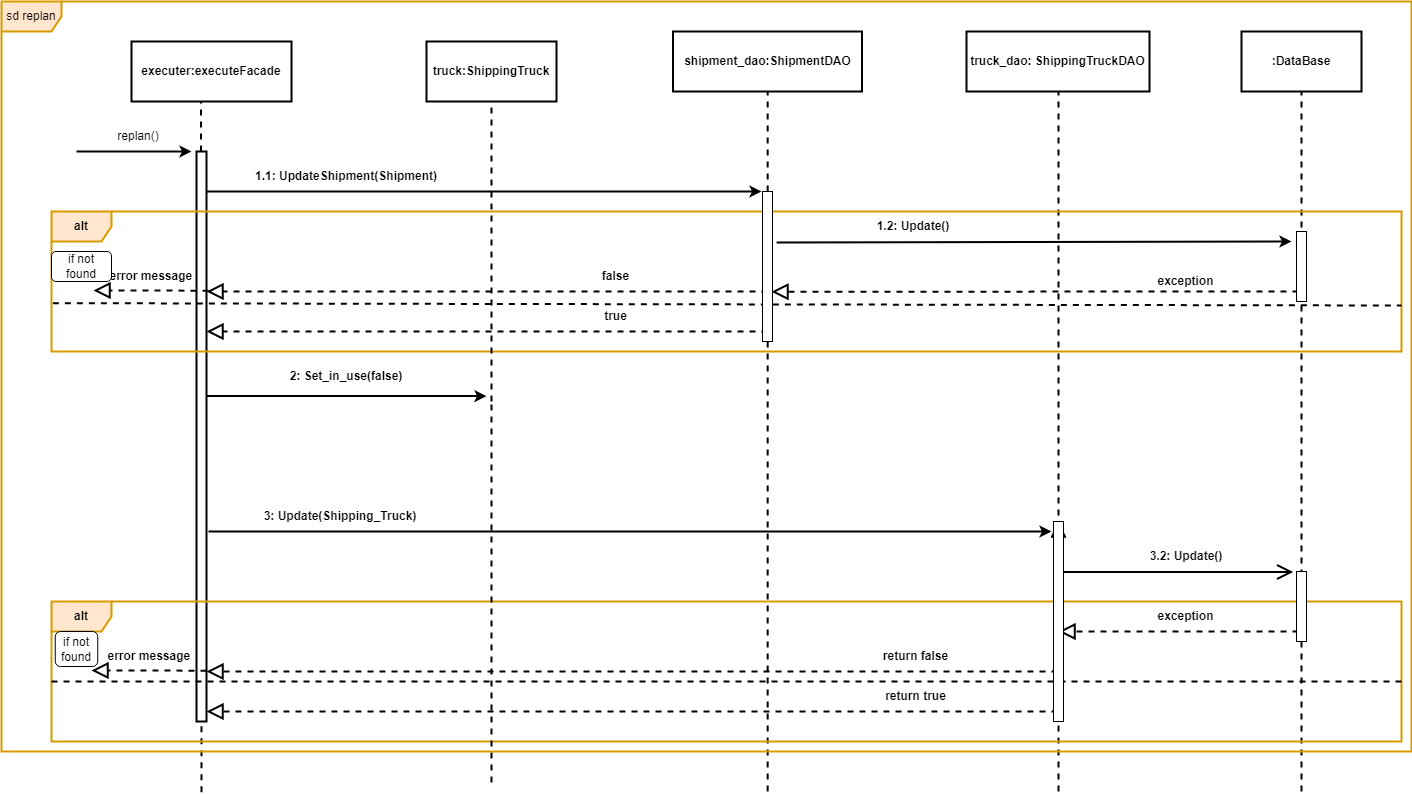
omerad1/drw keeps this draw.io diagram as C4 - replan.drawio.png. Above is the earlier version. Source tidied: cells renumbered, new cells last; positions are measured from the earlier drawing's top-left corner, leaving out a move shared by most shapes.
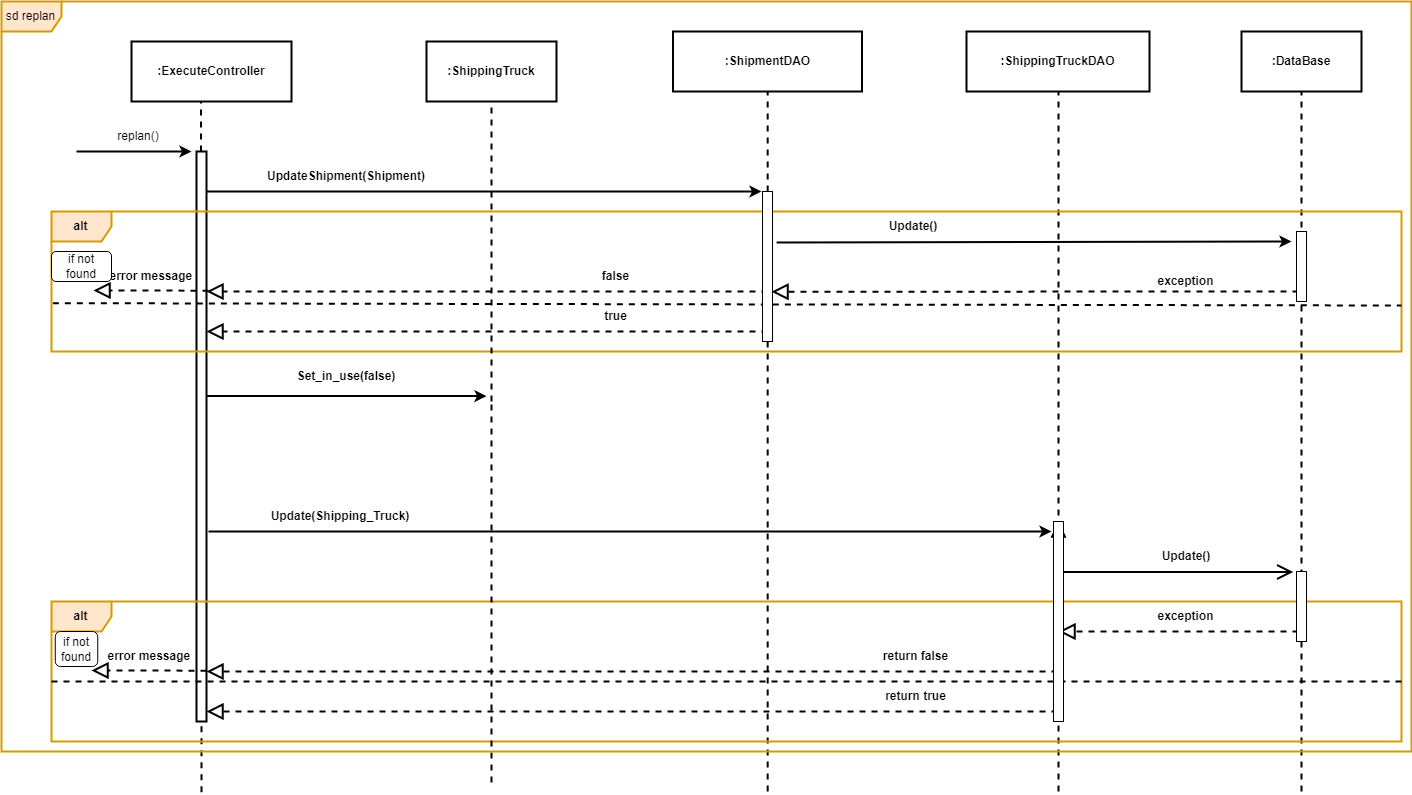
After the commit.

Diff of the diagram source:
```diff
@@ -2,10 +2,10 @@
   <root>
     <mxCell id="0" />
     <mxCell id="1" parent="0" />
-    <mxCell id="2" value="truck:ShippingTruck" style="rounded=0;whiteSpace=wrap;html=1;fontStyle=1;strokeWidth=2;" parent="1" vertex="1">
+    <mxCell id="2" value=":ShippingTruck" style="rounded=0;whiteSpace=wrap;html=1;fontStyle=1;strokeWidth=2;" parent="1" vertex="1">
       <mxGeometry x="425" y="40" width="130" height="60" as="geometry" />
     </mxCell>
-    <mxCell id="3" value="executer:executeFacade" style="rounded=0;whiteSpace=wrap;html=1;fontStyle=1;strokeWidth=2;" parent="1" vertex="1">
+    <mxCell id="3" value=":ExecuteController" style="rounded=0;whiteSpace=wrap;html=1;fontStyle=1;strokeWidth=2;" parent="1" vertex="1">
       <mxGeometry x="130" y="40" width="160" height="60" as="geometry" />
     </mxCell>
     <mxCell id="4" style="endArrow=none;dashed=1;html=1;rounded=0;fontStyle=1;strokeWidth=2;" parent="1" edge="1" source="24">
@@ -19,10 +19,10 @@
         <mxPoint x="760" y="190" as="targetPoint" />
       </mxGeometry>
     </mxCell>
-    <mxCell id="6" value="2: Set_in_use(false)" style="text;html=1;align=center;verticalAlign=middle;whiteSpace=wrap;rounded=0;fontStyle=1;strokeWidth=2;" parent="1" vertex="1">
+    <mxCell id="6" value="Set_in_use(false)" style="text;html=1;align=center;verticalAlign=middle;whiteSpace=wrap;rounded=0;fontStyle=1;strokeWidth=2;" parent="1" vertex="1">
       <mxGeometry x="280" y="360" width="130" height="30" as="geometry" />
     </mxCell>
-    <mxCell id="7" value="shipment_dao:ShipmentDAO" style="rounded=0;whiteSpace=wrap;html=1;fontStyle=1;strokeWidth=2;" parent="1" vertex="1">
+    <mxCell id="7" value=":ShipmentDAO" style="rounded=0;whiteSpace=wrap;html=1;fontStyle=1;strokeWidth=2;" parent="1" vertex="1">
       <mxGeometry x="671.5" y="30" width="189" height="60" as="geometry" />
     </mxCell>
     <mxCell id="8" style="endArrow=none;dashed=1;html=1;rounded=0;fontStyle=1;strokeWidth=2;" parent="1" edge="1">
@@ -52,10 +52,10 @@
         <mxPoint x="190" y="150" as="targetPoint" />
       </mxGeometry>
     </mxCell>
-    <mxCell id="13" value="1.1: UpdateShipment(Shipment)" style="text;html=1;align=center;verticalAlign=middle;whiteSpace=wrap;rounded=0;fontStyle=1;strokeWidth=2;" parent="1" vertex="1">
+    <mxCell id="13" value="UpdateShipment(Shipment)" style="text;html=1;align=center;verticalAlign=middle;whiteSpace=wrap;rounded=0;fontStyle=1;strokeWidth=2;" parent="1" vertex="1">
       <mxGeometry x="200" y="160" width="290" height="30" as="geometry" />
     </mxCell>
-    <mxCell id="14" value="truck_dao: ShippingTruckDAO" style="rounded=0;whiteSpace=wrap;html=1;fontStyle=1;strokeWidth=2;" parent="1" vertex="1">
+    <mxCell id="14" value=":ShippingTruckDAO" style="rounded=0;whiteSpace=wrap;html=1;fontStyle=1;strokeWidth=2;" parent="1" vertex="1">
       <mxGeometry x="965" y="30" width="183" height="60" as="geometry" />
     </mxCell>
     <mxCell id="15" style="endArrow=none;dashed=1;html=1;rounded=0;fontStyle=1;strokeWidth=2;" parent="1" edge="1">
@@ -70,7 +70,7 @@
         <mxPoint x="1050" y="530" as="targetPoint" />
       </mxGeometry>
     </mxCell>
-    <mxCell id="17" value="3: Update(Shipping_Truck)" style="text;html=1;align=center;verticalAlign=middle;whiteSpace=wrap;rounded=0;fontStyle=1;strokeWidth=2;" parent="1" vertex="1">
+    <mxCell id="17" value="Update(Shipping_Truck)" style="text;html=1;align=center;verticalAlign=middle;whiteSpace=wrap;rounded=0;fontStyle=1;strokeWidth=2;" parent="1" vertex="1">
       <mxGeometry x="194" y="500" width="290" height="30" as="geometry" />
     </mxCell>
     <mxCell id="18" style="endArrow=classic;html=1;rounded=0;exitX=0.028;exitY=1.033;exitDx=0;exitDy=0;exitPerimeter=0;fontStyle=1;strokeWidth=2;" parent="1" edge="1" source="19">
@@ -78,7 +78,7 @@
         <mxPoint x="1290" y="240" as="targetPoint" />
       </mxGeometry>
     </mxCell>
-    <mxCell id="19" value="1.2: Update()" style="text;html=1;align=center;verticalAlign=middle;whiteSpace=wrap;rounded=0;fontStyle=1;strokeWidth=2;" parent="1" vertex="1">
+    <mxCell id="19" value="Update()" style="text;html=1;align=center;verticalAlign=middle;whiteSpace=wrap;rounded=0;fontStyle=1;strokeWidth=2;" parent="1" vertex="1">
       <mxGeometry x="767" y="210" width="290" height="30" as="geometry" />
     </mxCell>
     <mxCell id="20" style="endArrow=block;dashed=1;endFill=0;endSize=12;html=1;rounded=0;exitX=0;exitY=1;exitDx=0;exitDy=0;fontStyle=1;strokeWidth=2;" parent="1" edge="1">
@@ -174,7 +174,7 @@
     <mxCell id="36" style="endArrow=open;endFill=1;endSize=12;html=1;rounded=0;fontStyle=1;strokeWidth=2;entryX=0.87;entryY=1.017;entryDx=0;entryDy=0;entryPerimeter=0;" parent="1" edge="1" source="50" target="37">
       <mxGeometry relative="1" as="geometry" />
     </mxCell>
-    <mxCell id="37" value="3.2: Update()" style="text;html=1;align=center;verticalAlign=middle;whiteSpace=wrap;rounded=0;fontStyle=1;strokeWidth=2;" parent="1" vertex="1">
+    <mxCell id="37" value="Update()" style="text;html=1;align=center;verticalAlign=middle;whiteSpace=wrap;rounded=0;fontStyle=1;strokeWidth=2;" parent="1" vertex="1">
       <mxGeometry x="1039.5" y="540" width="290" height="30" as="geometry" />
     </mxCell>
     <mxCell id="38" style="endArrow=block;dashed=1;endFill=0;endSize=12;html=1;rounded=0;fontStyle=1;strokeWidth=2;" parent="1" edge="1">
```
